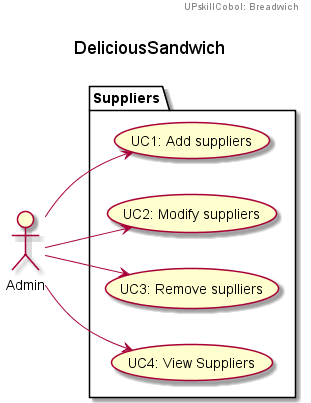
Earlier version of the PlantUML export Part2/documentation/UCSuppliers.png (UpSkillCobol/lab2).
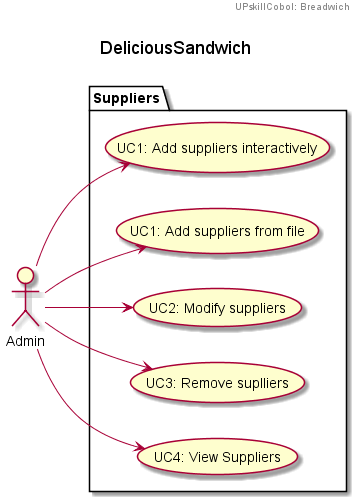
Later version of the same file.

Diff of the diagram source:
```diff
@@ -10,14 +10,16 @@
 
 
 package Suppliers {
-  usecase "UC1: Add suppliers" as UC1
-  usecase "UC2: Modify suppliers" as UC2
-  usecase "UC3: Remove suplliers" as UC3
-  usecase "UC4: View Suppliers" as UC4
+  usecase "UC1: Add suppliers interactively" as UC1
+  usecase "UC1: Add suppliers from file" as UC2
+  usecase "UC2: Modify suppliers" as UC3
+  usecase "UC3: Remove suplliers" as UC4
+  usecase "UC4: View Suppliers" as UC5
 }
 
 Admin --> UC1
 Admin --> UC2
 Admin --> UC3
 Admin --> UC4
+Admin --> UC5
 @enduml
```
